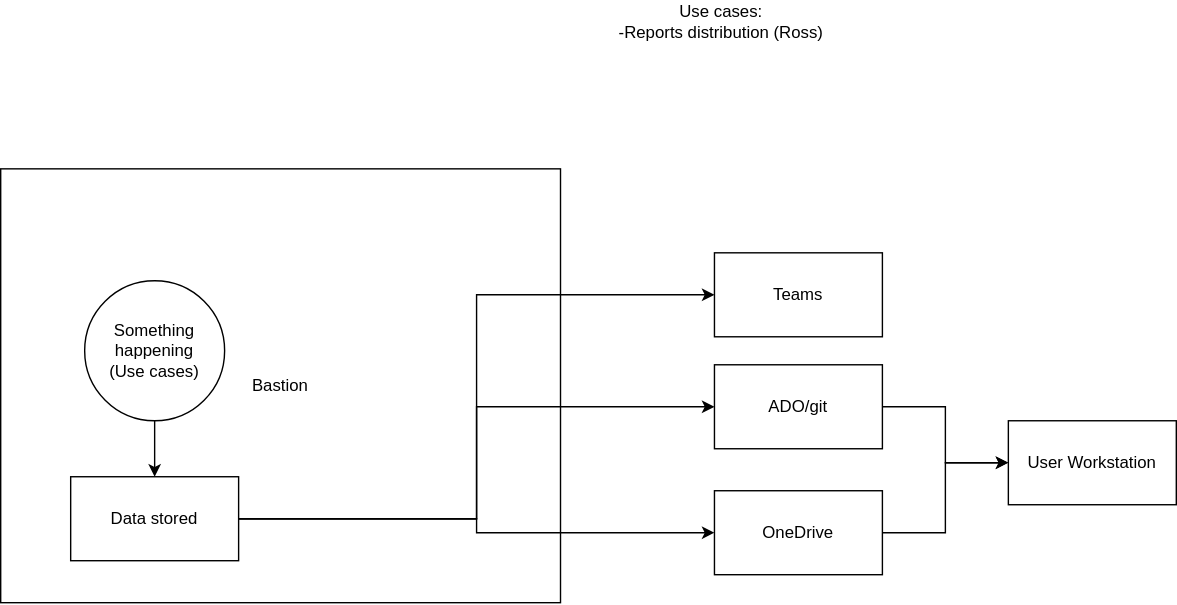
vjavle/invoicecloud keeps this draw.io diagram as SharedData.svg. Above is the earlier version. Source tidied: cells renumbered, new cells last; positions are measured from the earlier drawing's top-left corner, leaving out a move shared by most shapes.
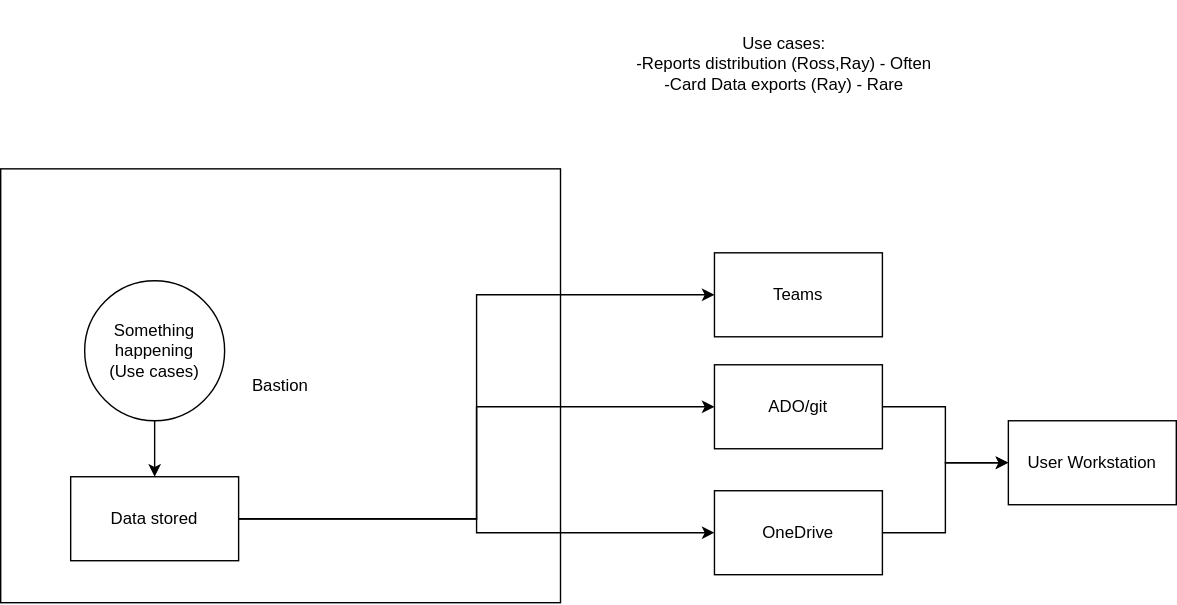
The same diagram one commit later.

The edit, as a diff of the source:
```diff
@@ -41,8 +41,8 @@
     <mxCell id="14" value="Teams" style="rounded=0;whiteSpace=wrap;html=1;" parent="1" vertex="1">
       <mxGeometry x="510" y="180" width="120" height="60" as="geometry" />
     </mxCell>
-    <mxCell id="15" value="Use cases:&lt;br&gt;-Reports distribution (Ross)" style="text;html=1;strokeColor=none;fillColor=none;align=center;verticalAlign=middle;whiteSpace=wrap;rounded=0;" parent="1" vertex="1">
-      <mxGeometry x="410" width="210" height="30" as="geometry" />
+    <mxCell id="15" value="Use cases:&lt;br&gt;-Reports distribution (Ross,Ray) - Often&lt;br&gt;-Card Data exports (Ray) - Rare" style="text;html=1;strokeColor=none;fillColor=none;align=center;verticalAlign=middle;whiteSpace=wrap;rounded=0;" parent="1" vertex="1">
+      <mxGeometry x="410" width="300" height="90" as="geometry" />
     </mxCell>
   </root>
 </mxGraphModel>
```
